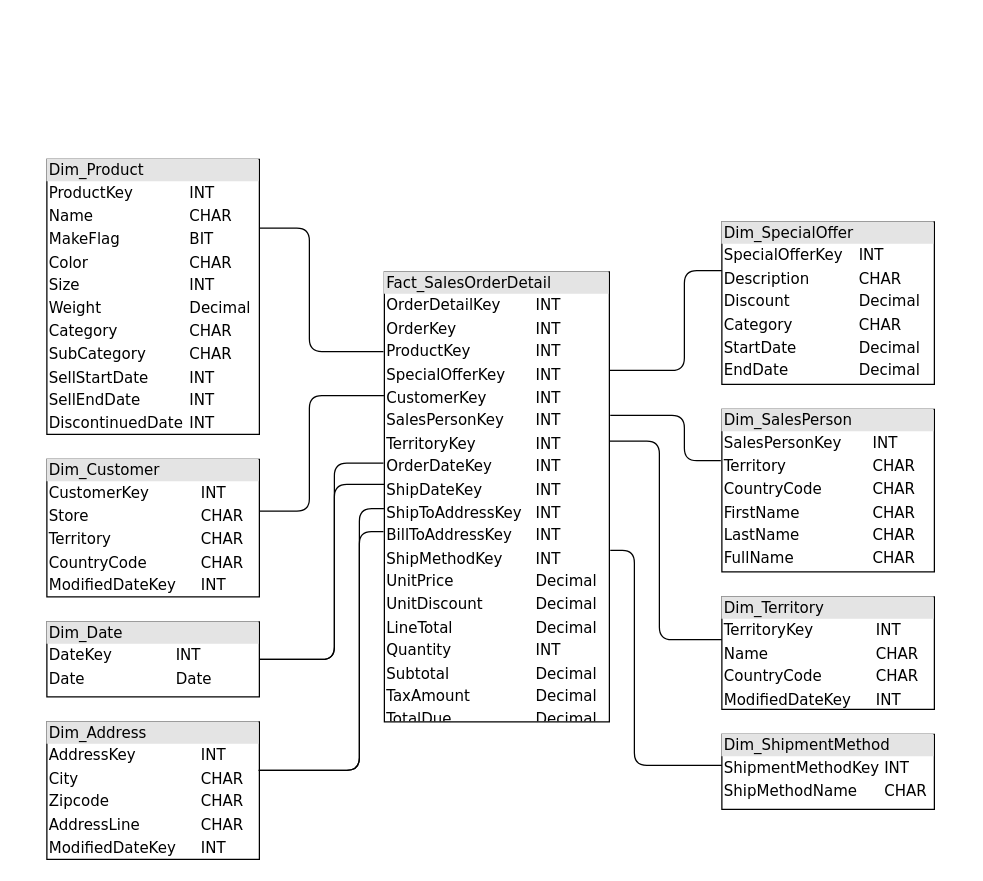
Earlier version of the draw.io diagram DW_diagram.drawio (SlatanEnLexSemester4/Data-Warehousing-en-Business-Intelligence). Source tidied: cells renumbered, new cells numbered last; positions are measured from the earlier drawing's top-left corner, leaving out a move shared by most shapes. Both pictures are drawn from the tidied source at 125%, with x=0, y=0 at pixel (46, 159).
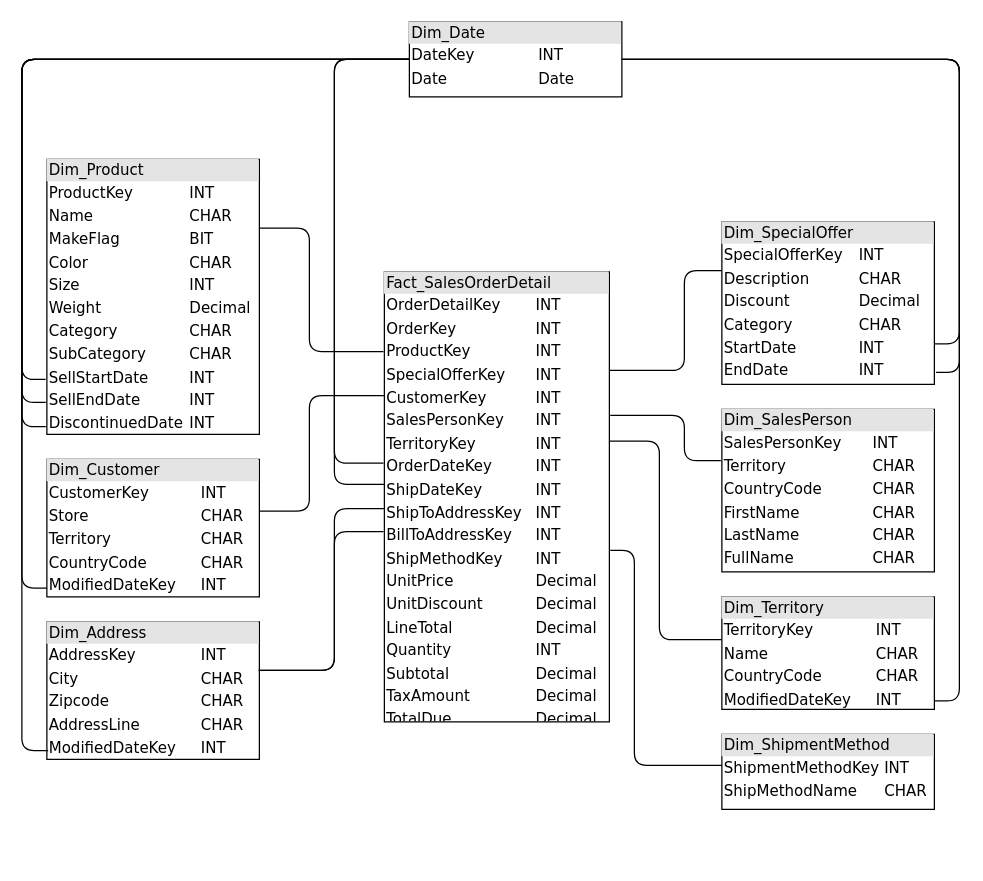
After the change.

Commit message:
updated Date dim to Snowflake schema

The change refers to these unchanged cells:
```xml
<mxCell id="2" value="&lt;div style=&quot;box-sizing: border-box ; width: 100% ; background: #e4e4e4 ; padding: 2px&quot;&gt;Fact_SalesOrderDetail&lt;/div&gt;&lt;table style=&quot;width: 100% ; font-size: 1em&quot; cellspacing=&quot;0&quot; cellpadding=&quot;2&quot;&gt;&lt;tbody&gt;&lt;tr&gt;&lt;td&gt;OrderDetailKey&lt;/td&gt;&lt;td&gt;INT&lt;/td&gt;&lt;td&gt;&lt;br&gt;&lt;/td&gt;&lt;/tr&gt;&lt;tr&gt;&lt;td&gt;OrderKey&lt;/td&gt;&lt;td&gt;INT&lt;/td&gt;&lt;td&gt;&lt;br&gt;&lt;/td&gt;&lt;/tr&gt;&lt;tr&gt;&lt;td&gt;ProductKey&lt;/td&gt;&lt;td&gt;INT&lt;/td&gt;&lt;td&gt;&lt;br&gt;&lt;/td&gt;&lt;/tr&gt;&lt;tr&gt;&lt;td&gt;SpecialOfferKey&lt;br&gt;&lt;/td&gt;&lt;td&gt;INT&lt;/td&gt;&lt;td&gt;&lt;br&gt;&lt;/td&gt;&lt;/tr&gt;&lt;tr&gt;&lt;td&gt;CustomerKey&lt;br&gt;&lt;/td&gt;&lt;td&gt;INT&lt;/td&gt;&lt;td&gt;&lt;br&gt;&lt;/td&gt;&lt;/tr&gt;&lt;tr&gt;&lt;td&gt;SalesPersonKey&lt;br&gt;&lt;/td&gt;&lt;td&gt;INT&lt;/td&gt;&lt;td&gt;&lt;br&gt;&lt;/td&gt;&lt;/tr&gt;&lt;tr&gt;&lt;td&gt;TerritoryKey&lt;br&gt;&lt;/td&gt;&lt;td&gt;INT&lt;/td&gt;&lt;td&gt;&lt;br&gt;&lt;/td&gt;&lt;/tr&gt;&lt;tr&gt;&lt;td&gt;OrderDateKey&lt;br&gt;&lt;/td&gt;&lt;td&gt;INT&lt;/td&gt;&lt;td&gt;&lt;br&gt;&lt;/td&gt;&lt;/tr&gt;&lt;tr&gt;&lt;td&gt;ShipDateKey&lt;br&gt;&lt;/td&gt;&lt;td&gt;INT&lt;br&gt;&lt;/td&gt;&lt;td&gt;&lt;br&gt;&lt;/td&gt;&lt;/tr&gt;&lt;tr&gt;&lt;td&gt;ShipToAddressKey&lt;br&gt;&lt;/td&gt;&lt;td&gt;INT&lt;br&gt;&lt;/td&gt;&lt;td&gt;&lt;br&gt;&lt;/td&gt;&lt;/tr&gt;&lt;tr&gt;&lt;td&gt;BillToAddressKey&lt;br&gt;&lt;/td&gt;&lt;td&gt;INT&lt;br&gt;&lt;/td&gt;&lt;td&gt;&lt;br&gt;&lt;/td&gt;&lt;/tr&gt;&lt;tr&gt;&lt;td&gt;ShipMethodKey&lt;br&gt;&lt;/td&gt;&lt;td&gt;INT&lt;br&gt;&lt;/td&gt;&lt;td&gt;&lt;br&gt;&lt;/td&gt;&lt;/tr&gt;&lt;tr&gt;&lt;td&gt;UnitPrice&lt;br&gt;&lt;/td&gt;&lt;td&gt;Decimal&lt;br&gt;&lt;/td&gt;&lt;td&gt;&lt;br&gt;&lt;/td&gt;&lt;/tr&gt;&lt;tr&gt;&lt;td&gt;UnitDiscount&lt;br&gt;&lt;/td&gt;&lt;td&gt;Decimal&lt;br&gt;&lt;/td&gt;&lt;td&gt;&lt;br&gt;&lt;/td&gt;&lt;/tr&gt;&lt;tr&gt;&lt;td&gt;LineTotal&lt;br&gt;&lt;/td&gt;&lt;td&gt;Decimal&lt;br&gt;&lt;/td&gt;&lt;td&gt;&lt;br&gt;&lt;/td&gt;&lt;/tr&gt;&lt;tr&gt;&lt;td&gt;Quantity&lt;br&gt;&lt;/td&gt;&lt;td&gt;INT&lt;br&gt;&lt;/td&gt;&lt;td&gt;&lt;br&gt;&lt;/td&gt;&lt;/tr&gt;&lt;tr&gt;&lt;td&gt;Subtotal&lt;br&gt;&lt;/td&gt;&lt;td&gt;Decimal&lt;br&gt;&lt;/td&gt;&lt;td&gt;&lt;br&gt;&lt;/td&gt;&lt;/tr&gt;&lt;tr&gt;&lt;td&gt;TaxAmount&lt;br&gt;&lt;/td&gt;&lt;td&gt;Decimal&lt;br&gt;&lt;/td&gt;&lt;td&gt;&lt;br&gt;&lt;/td&gt;&lt;/tr&gt;&lt;tr&gt;&lt;td&gt;TotalDue&lt;br&gt;&lt;/td&gt;&lt;td&gt;Decimal&lt;br&gt;&lt;/td&gt;&lt;td&gt;&lt;br&gt;&lt;/td&gt;&lt;/tr&gt;&lt;/tbody&gt;&lt;/table&gt;" style="verticalAlign=top;align=left;overflow=fill;html=1;rounded=0;shadow=0;comic=0;labelBackgroundColor=none;strokeWidth=1;fontFamily=Verdana;fontSize=12;" parent="1" vertex="1">
  <mxGeometry x="270" y="90" width="180" height="360" as="geometry" />
</mxCell>
<mxCell id="5" value="&lt;div style=&quot;box-sizing: border-box ; width: 100% ; background: #e4e4e4 ; padding: 2px&quot;&gt;Dim_Territory&lt;/div&gt;&lt;table style=&quot;width: 100% ; font-size: 1em&quot; cellspacing=&quot;0&quot; cellpadding=&quot;2&quot;&gt;&lt;tbody&gt;&lt;tr&gt;&lt;td&gt;TerritoryKey&lt;/td&gt;&lt;td&gt;INT&lt;/td&gt;&lt;td&gt;&lt;br&gt;&lt;/td&gt;&lt;/tr&gt;&lt;tr&gt;&lt;td&gt;Name&lt;/td&gt;&lt;td&gt;CHAR&lt;/td&gt;&lt;td&gt;&lt;br&gt;&lt;/td&gt;&lt;/tr&gt;&lt;tr&gt;&lt;td&gt;CountryCode&lt;br&gt;&lt;/td&gt;&lt;td&gt;CHAR&lt;br&gt;&lt;/td&gt;&lt;td&gt;&lt;br&gt;&lt;/td&gt;&lt;/tr&gt;&lt;tr&gt;&lt;td&gt;ModifiedDateKey&lt;br&gt;&lt;/td&gt;&lt;td&gt;INT&lt;br&gt;&lt;/td&gt;&lt;td&gt;&lt;br&gt;&lt;/td&gt;&lt;/tr&gt;&lt;tr&gt;&lt;td&gt;&lt;br&gt;&lt;/td&gt;&lt;td&gt;&lt;br&gt;&lt;/td&gt;&lt;td&gt;&lt;br&gt;&lt;/td&gt;&lt;/tr&gt;&lt;tr&gt;&lt;td&gt;&lt;br&gt;&lt;/td&gt;&lt;td&gt;&lt;br&gt;&lt;/td&gt;&lt;td&gt;&lt;br&gt;&lt;/td&gt;&lt;/tr&gt;&lt;tr&gt;&lt;td&gt;&lt;br&gt;&lt;/td&gt;&lt;td&gt;&lt;br&gt;&lt;/td&gt;&lt;td&gt;&lt;br&gt;&lt;/td&gt;&lt;/tr&gt;&lt;/tbody&gt;&lt;/table&gt;" style="verticalAlign=top;align=left;overflow=fill;html=1;rounded=0;shadow=0;comic=0;labelBackgroundColor=none;strokeWidth=1;fontFamily=Verdana;fontSize=12;" parent="1" vertex="1">
  <mxGeometry x="540" y="350" width="170" height="90" as="geometry" />
</mxCell>
<mxCell id="6" value="&lt;div style=&quot;box-sizing: border-box ; width: 100% ; background: #e4e4e4 ; padding: 2px&quot;&gt;Dim_Product&lt;/div&gt;&lt;table style=&quot;width: 100% ; font-size: 1em&quot; cellspacing=&quot;0&quot; cellpadding=&quot;2&quot;&gt;&lt;tbody&gt;&lt;tr&gt;&lt;td&gt;ProductKey&lt;/td&gt;&lt;td&gt;INT&lt;/td&gt;&lt;td&gt;&lt;br&gt;&lt;/td&gt;&lt;/tr&gt;&lt;tr&gt;&lt;td&gt;Name&lt;/td&gt;&lt;td&gt;CHAR&lt;/td&gt;&lt;td&gt;&lt;br&gt;&lt;/td&gt;&lt;/tr&gt;&lt;tr&gt;&lt;td&gt;MakeFlag&lt;/td&gt;&lt;td&gt;BIT&lt;/td&gt;&lt;td&gt;&lt;br&gt;&lt;/td&gt;&lt;/tr&gt;&lt;tr&gt;&lt;td&gt;Color&lt;br&gt;&lt;/td&gt;&lt;td&gt;CHAR&lt;/td&gt;&lt;td&gt;&lt;br&gt;&lt;/td&gt;&lt;/tr&gt;&lt;tr&gt;&lt;td&gt;Size&lt;br&gt;&lt;/td&gt;&lt;td&gt;INT&lt;/td&gt;&lt;td&gt;&lt;br&gt;&lt;/td&gt;&lt;/tr&gt;&lt;tr&gt;&lt;td&gt;Weight&lt;br&gt;&lt;/td&gt;&lt;td&gt;Decimal&lt;/td&gt;&lt;td&gt;&lt;br&gt;&lt;/td&gt;&lt;/tr&gt;&lt;tr&gt;&lt;td&gt;Category&lt;br&gt;&lt;/td&gt;&lt;td&gt;CHAR&lt;/td&gt;&lt;td&gt;&lt;br&gt;&lt;/td&gt;&lt;/tr&gt;&lt;tr&gt;&lt;td&gt;SubCategory&lt;br&gt;&lt;/td&gt;&lt;td&gt;CHAR&lt;/td&gt;&lt;td&gt;&lt;br&gt;&lt;/td&gt;&lt;/tr&gt;&lt;tr&gt;&lt;td&gt;SellStartDate&lt;br&gt;&lt;/td&gt;&lt;td&gt;INT&lt;br&gt;&lt;/td&gt;&lt;td&gt;&lt;br&gt;&lt;/td&gt;&lt;/tr&gt;&lt;tr&gt;&lt;td&gt;SellEndDate&lt;br&gt;&lt;/td&gt;&lt;td&gt;INT&lt;br&gt;&lt;/td&gt;&lt;td&gt;&lt;br&gt;&lt;/td&gt;&lt;/tr&gt;&lt;tr&gt;&lt;td&gt;DiscontinuedDate&lt;br&gt;&lt;/td&gt;&lt;td&gt;INT&lt;br&gt;&lt;/td&gt;&lt;td&gt;&lt;br&gt;&lt;/td&gt;&lt;/tr&gt;&lt;/tbody&gt;&lt;/table&gt;" style="verticalAlign=top;align=left;overflow=fill;html=1;rounded=0;shadow=0;comic=0;labelBackgroundColor=none;strokeWidth=1;fontFamily=Verdana;fontSize=12;" parent="1" vertex="1">
  <mxGeometry width="170" height="220" as="geometry" />
</mxCell>
<mxCell id="9" value="&lt;div style=&quot;box-sizing: border-box ; width: 100% ; background: #e4e4e4 ; padding: 2px&quot;&gt;Dim_Customer&lt;/div&gt;&lt;table style=&quot;width: 100% ; font-size: 1em&quot; cellspacing=&quot;0&quot; cellpadding=&quot;2&quot;&gt;&lt;tbody&gt;&lt;tr&gt;&lt;td&gt;CustomerKey&lt;/td&gt;&lt;td&gt;INT&lt;/td&gt;&lt;td&gt;&lt;br&gt;&lt;/td&gt;&lt;/tr&gt;&lt;tr&gt;&lt;td&gt;Store&lt;/td&gt;&lt;td&gt;CHAR&lt;/td&gt;&lt;td&gt;&lt;br&gt;&lt;/td&gt;&lt;/tr&gt;&lt;tr&gt;&lt;td&gt;Territory&lt;br&gt;&lt;/td&gt;&lt;td&gt;CHAR&lt;br&gt;&lt;/td&gt;&lt;td&gt;&lt;br&gt;&lt;/td&gt;&lt;/tr&gt;&lt;tr&gt;&lt;td&gt;CountryCode&lt;br&gt;&lt;/td&gt;&lt;td&gt;CHAR&lt;br&gt;&lt;/td&gt;&lt;td&gt;&lt;br&gt;&lt;/td&gt;&lt;/tr&gt;&lt;tr&gt;&lt;td&gt;ModifiedDateKey&lt;br&gt;&lt;/td&gt;&lt;td&gt;INT&lt;br&gt;&lt;/td&gt;&lt;td&gt;&lt;br&gt;&lt;/td&gt;&lt;/tr&gt;&lt;tr&gt;&lt;td&gt;&lt;br&gt;&lt;/td&gt;&lt;td&gt;&lt;br&gt;&lt;/td&gt;&lt;td&gt;&lt;br&gt;&lt;/td&gt;&lt;/tr&gt;&lt;/tbody&gt;&lt;/table&gt;" style="verticalAlign=top;align=left;overflow=fill;html=1;rounded=0;shadow=0;comic=0;labelBackgroundColor=none;strokeWidth=1;fontFamily=Verdana;fontSize=12;" parent="1" vertex="1">
  <mxGeometry y="240" width="170" height="110" as="geometry" />
</mxCell>
```

What changed in the source:
```diff
@@
     <mxCell id="3" value="&lt;div style=&quot;box-sizing: border-box ; width: 100% ; background: #e4e4e4 ; padding: 2px&quot;&gt;Dim_Date&lt;/div&gt;&lt;table style=&quot;width: 100% ; font-size: 1em&quot; cellspacing=&quot;0&quot; cellpadding=&quot;2&quot;&gt;&lt;tbody&gt;&lt;tr&gt;&lt;td&gt;DateKey&lt;/td&gt;&lt;td&gt;INT&lt;/td&gt;&lt;td&gt;&lt;br&gt;&lt;/td&gt;&lt;/tr&gt;&lt;tr&gt;&lt;td&gt;Date&lt;/td&gt;&lt;td&gt;Date&lt;/td&gt;&lt;td&gt;&lt;br&gt;&lt;/td&gt;&lt;/tr&gt;&lt;/tbody&gt;&lt;/table&gt;" style="verticalAlign=top;align=left;overflow=fill;html=1;rounded=0;shadow=0;comic=0;labelBackgroundColor=none;strokeWidth=1;fontFamily=Verdana;fontSize=12;" parent="1" vertex="1">
-      <mxGeometry y="370" width="170" height="60" as="geometry" />
+      <mxGeometry x="290" y="-110" width="170" height="60" as="geometry" />
     </mxCell>
-    <mxCell id="4" value="&lt;div style=&quot;box-sizing: border-box ; width: 100% ; background: #e4e4e4 ; padding: 2px&quot;&gt;Dim_SpecialOffer&lt;/div&gt;&lt;table style=&quot;width: 100% ; font-size: 1em&quot; cellspacing=&quot;0&quot; cellpadding=&quot;2&quot;&gt;&lt;tbody&gt;&lt;tr&gt;&lt;td&gt;SpecialOfferKey&lt;/td&gt;&lt;td&gt;INT&lt;/td&gt;&lt;td&gt;&lt;br&gt;&lt;/td&gt;&lt;/tr&gt;&lt;tr&gt;&lt;td&gt;Description&lt;/td&gt;&lt;td&gt;CHAR&lt;/td&gt;&lt;td&gt;&lt;br&gt;&lt;/td&gt;&lt;/tr&gt;&lt;tr&gt;&lt;td&gt;Discount&lt;br&gt;&lt;/td&gt;&lt;td&gt;Decimal&lt;br&gt;&lt;/td&gt;&lt;td&gt;&lt;br&gt;&lt;/td&gt;&lt;/tr&gt;&lt;tr&gt;&lt;td&gt;Category&lt;br&gt;&lt;/td&gt;&lt;td&gt;CHAR&lt;br&gt;&lt;/td&gt;&lt;td&gt;&lt;br&gt;&lt;/td&gt;&lt;/tr&gt;&lt;tr&gt;&lt;td&gt;StartDate&lt;br&gt;&lt;/td&gt;&lt;td&gt;Decimal&lt;br&gt;&lt;/td&gt;&lt;td&gt;&lt;br&gt;&lt;/td&gt;&lt;/tr&gt;&lt;tr&gt;&lt;td&gt;EndDate&lt;br&gt;&lt;/td&gt;&lt;td&gt;Decimal&lt;br&gt;&lt;/td&gt;&lt;td&gt;&lt;br&gt;&lt;/td&gt;&lt;/tr&gt;&lt;/tbody&gt;&lt;/table&gt;" style="verticalAlign=top;align=left;overflow=fill;html=1;rounded=0;shadow=0;comic=0;labelBackgroundColor=none;strokeWidth=1;fontFamily=Verdana;fontSize=12;" parent="1" vertex="1">
+    <mxCell id="4" value="&lt;div style=&quot;box-sizing: border-box ; width: 100% ; background: #e4e4e4 ; padding: 2px&quot;&gt;Dim_SpecialOffer&lt;/div&gt;&lt;table style=&quot;width: 100% ; font-size: 1em&quot; cellspacing=&quot;0&quot; cellpadding=&quot;2&quot;&gt;&lt;tbody&gt;&lt;tr&gt;&lt;td&gt;SpecialOfferKey&lt;/td&gt;&lt;td&gt;INT&lt;/td&gt;&lt;td&gt;&lt;br&gt;&lt;/td&gt;&lt;/tr&gt;&lt;tr&gt;&lt;td&gt;Description&lt;/td&gt;&lt;td&gt;CHAR&lt;/td&gt;&lt;td&gt;&lt;br&gt;&lt;/td&gt;&lt;/tr&gt;&lt;tr&gt;&lt;td&gt;Discount&lt;br&gt;&lt;/td&gt;&lt;td&gt;Decimal&lt;br&gt;&lt;/td&gt;&lt;td&gt;&lt;br&gt;&lt;/td&gt;&lt;/tr&gt;&lt;tr&gt;&lt;td&gt;Category&lt;br&gt;&lt;/td&gt;&lt;td&gt;CHAR&lt;br&gt;&lt;/td&gt;&lt;td&gt;&lt;br&gt;&lt;/td&gt;&lt;/tr&gt;&lt;tr&gt;&lt;td&gt;StartDate&lt;br&gt;&lt;/td&gt;&lt;td&gt;INT&lt;br&gt;&lt;/td&gt;&lt;td&gt;&lt;br&gt;&lt;/td&gt;&lt;/tr&gt;&lt;tr&gt;&lt;td&gt;EndDate&lt;br&gt;&lt;/td&gt;&lt;td&gt;INT&lt;br&gt;&lt;/td&gt;&lt;td&gt;&lt;br&gt;&lt;/td&gt;&lt;/tr&gt;&lt;/tbody&gt;&lt;/table&gt;" style="verticalAlign=top;align=left;overflow=fill;html=1;rounded=0;shadow=0;comic=0;labelBackgroundColor=none;strokeWidth=1;fontFamily=Verdana;fontSize=12;" parent="1" vertex="1">
       <mxGeometry x="540" y="50" width="170" height="130" as="geometry" />
     </mxCell>
@@
     <mxCell id="7" value="&lt;div style=&quot;box-sizing: border-box ; width: 100% ; background: #e4e4e4 ; padding: 2px&quot;&gt;Dim_Address&lt;/div&gt;&lt;table style=&quot;width: 100% ; font-size: 1em&quot; cellspacing=&quot;0&quot; cellpadding=&quot;2&quot;&gt;&lt;tbody&gt;&lt;tr&gt;&lt;td&gt;AddressKey&lt;/td&gt;&lt;td&gt;INT&lt;/td&gt;&lt;td&gt;&lt;br&gt;&lt;/td&gt;&lt;/tr&gt;&lt;tr&gt;&lt;td&gt;City&lt;/td&gt;&lt;td&gt;CHAR&lt;/td&gt;&lt;td&gt;&lt;br&gt;&lt;/td&gt;&lt;/tr&gt;&lt;tr&gt;&lt;td&gt;Zipcode&lt;br&gt;&lt;/td&gt;&lt;td&gt;CHAR&lt;br&gt;&lt;/td&gt;&lt;td&gt;&lt;br&gt;&lt;/td&gt;&lt;/tr&gt;&lt;tr&gt;&lt;td&gt;AddressLine&lt;br&gt;&lt;/td&gt;&lt;td&gt;CHAR&lt;br&gt;&lt;/td&gt;&lt;td&gt;&lt;br&gt;&lt;/td&gt;&lt;/tr&gt;&lt;tr&gt;&lt;td&gt;ModifiedDateKey&lt;br&gt;&lt;/td&gt;&lt;td&gt;INT&lt;br&gt;&lt;/td&gt;&lt;td&gt;&lt;br&gt;&lt;/td&gt;&lt;/tr&gt;&lt;tr&gt;&lt;td&gt;&lt;br&gt;&lt;/td&gt;&lt;td&gt;&lt;br&gt;&lt;/td&gt;&lt;td&gt;&lt;br&gt;&lt;/td&gt;&lt;/tr&gt;&lt;/tbody&gt;&lt;/table&gt;" style="verticalAlign=top;align=left;overflow=fill;html=1;rounded=0;shadow=0;comic=0;labelBackgroundColor=none;strokeWidth=1;fontFamily=Verdana;fontSize=12;" parent="1" vertex="1">
-      <mxGeometry y="450" width="170" height="110" as="geometry" />
+      <mxGeometry y="370" width="170" height="110" as="geometry" />
     </mxCell>
@@
-    <mxCell id="11" style="endArrow=none;html=1;exitX=1;exitY=0.5;exitDx=0;exitDy=0;edgeStyle=orthogonalEdgeStyle;entryX=0;entryY=0.472;entryDx=0;entryDy=0;entryPerimeter=0;" parent="1" edge="1" source="3" target="2">
+    <mxCell id="11" style="endArrow=none;html=1;edgeStyle=orthogonalEdgeStyle;entryX=0;entryY=0.472;entryDx=0;entryDy=0;entryPerimeter=0;" parent="1" edge="1" target="2">
       <mxGeometry relative="1" as="geometry">
+        <mxPoint x="290" y="-80" as="sourcePoint" />
         <Array as="points">
-          <mxPoint x="230" y="400" />
+          <mxPoint x="230" y="-80" />
           <mxPoint x="230" y="260" />
         </Array>
       </mxGeometry>
     </mxCell>
-    <mxCell id="12" style="endArrow=none;html=1;exitX=1;exitY=0.5;exitDx=0;exitDy=0;edgeStyle=orthogonalEdgeStyle;entryX=-0.004;entryY=0.425;entryDx=0;entryDy=0;entryPerimeter=0;" parent="1" edge="1" source="3" target="2">
+    <mxCell id="12" style="endArrow=none;html=1;exitX=0;exitY=0.5;exitDx=0;exitDy=0;edgeStyle=orthogonalEdgeStyle;entryX=-0.004;entryY=0.425;entryDx=0;entryDy=0;entryPerimeter=0;jumpStyle=arc;jumpSize=36;shadow=0;sketch=0;" parent="1" edge="1" source="3" target="2">
       <mxGeometry relative="1" as="geometry">
         <Array as="points">
-          <mxPoint x="230" y="400" />
+          <mxPoint x="230" y="-80" />
           <mxPoint x="230" y="243" />
         </Array>
       </mxGeometry>
     </mxCell>
@@
     <mxCell id="18" style="endArrow=none;html=1;exitX=0.996;exitY=0.352;exitDx=0;exitDy=0;edgeStyle=orthogonalEdgeStyle;entryX=-0.002;entryY=0.526;entryDx=0;entryDy=0;entryPerimeter=0;exitPerimeter=0;" parent="1" edge="1" source="7" target="2">
       <mxGeometry relative="1" as="geometry">
         <Array as="points">
-          <mxPoint x="250" y="489" />
-          <mxPoint x="250" y="279" />
+          <mxPoint x="230" y="409" />
+          <mxPoint x="230" y="279" />
         </Array>
       </mxGeometry>
     </mxCell>
     <mxCell id="19" style="endArrow=none;html=1;edgeStyle=orthogonalEdgeStyle;entryX=-0.004;entryY=0.577;entryDx=0;entryDy=0;entryPerimeter=0;exitX=0.999;exitY=0.352;exitDx=0;exitDy=0;exitPerimeter=0;" parent="1" edge="1" source="7" target="2">
       <mxGeometry relative="1" as="geometry">
         <Array as="points">
-          <mxPoint x="250" y="489" />
-          <mxPoint x="250" y="298" />
+          <mxPoint x="230" y="409" />
+          <mxPoint x="230" y="298" />
         </Array>
       </mxGeometry>
     </mxCell>
@@
+    <mxCell id="21" style="endArrow=none;html=1;shadow=0;entryX=0;entryY=0.5;entryDx=0;entryDy=0;exitX=-0.006;exitY=0.8;exitDx=0;exitDy=0;exitPerimeter=0;edgeStyle=orthogonalEdgeStyle;" parent="1" edge="1" source="6" target="3">
+      <mxGeometry relative="1" as="geometry">
+        <Array as="points">
+          <mxPoint x="-20" y="176" />
+          <mxPoint x="-20" y="-80" />
+        </Array>
+      </mxGeometry>
+    </mxCell>
+    <mxCell id="22" style="endArrow=none;html=1;shadow=0;entryX=0;entryY=0.5;entryDx=0;entryDy=0;edgeStyle=orthogonalEdgeStyle;exitX=-0.005;exitY=0.972;exitDx=0;exitDy=0;exitPerimeter=0;" parent="1" edge="1" source="6">
+      <mxGeometry relative="1" as="geometry">
+        <mxPoint x="290" y="-80" as="targetPoint" />
+        <Array as="points">
+          <mxPoint x="-20" y="214" />
+          <mxPoint x="-20" y="-80" />
+        </Array>
+      </mxGeometry>
+    </mxCell>
+    <mxCell id="23" style="endArrow=none;html=1;shadow=0;entryX=0;entryY=0.5;entryDx=0;entryDy=0;edgeStyle=orthogonalEdgeStyle;exitX=-0.005;exitY=0.884;exitDx=0;exitDy=0;exitPerimeter=0;" parent="1" edge="1" source="6">
+      <mxGeometry relative="1" as="geometry">
+        <mxPoint x="290" y="-80" as="targetPoint" />
+        <Array as="points">
+          <mxPoint x="-20" y="195" />
+          <mxPoint x="-20" y="-80" />
+        </Array>
+      </mxGeometry>
+    </mxCell>
+    <mxCell id="24" style="endArrow=none;html=1;shadow=0;entryX=0;entryY=0.5;entryDx=0;entryDy=0;edgeStyle=orthogonalEdgeStyle;exitX=0.006;exitY=0.936;exitDx=0;exitDy=0;exitPerimeter=0;" parent="1" edge="1" source="7">
+      <mxGeometry relative="1" as="geometry">
+        <mxPoint x="290" y="-80" as="targetPoint" />
+        <Array as="points">
+          <mxPoint x="-20" y="473" />
+          <mxPoint x="-20" y="-80" />
+        </Array>
+      </mxGeometry>
+    </mxCell>
+    <mxCell id="25" style="endArrow=none;html=1;shadow=0;entryX=0;entryY=0.5;entryDx=0;entryDy=0;edgeStyle=orthogonalEdgeStyle;exitX=0;exitY=0.936;exitDx=0;exitDy=0;exitPerimeter=0;" parent="1" edge="1" source="9">
+      <mxGeometry relative="1" as="geometry">
+        <mxPoint x="290" y="-80" as="targetPoint" />
+        <Array as="points">
+          <mxPoint x="-20" y="343" />
+          <mxPoint x="-20" y="-80" />
+        </Array>
+      </mxGeometry>
+    </mxCell>
+    <mxCell id="26" style="endArrow=none;html=1;shadow=0;entryX=1;entryY=0.5;entryDx=0;entryDy=0;exitX=1;exitY=0.75;exitDx=0;exitDy=0;edgeStyle=orthogonalEdgeStyle;" parent="1" edge="1" source="4" target="3">
+      <mxGeometry relative="1" as="geometry">
+        <Array as="points">
+          <mxPoint x="730" y="148" />
+          <mxPoint x="730" y="-80" />
+        </Array>
+      </mxGeometry>
+    </mxCell>
+    <mxCell id="27" style="endArrow=none;html=1;shadow=0;entryX=1;entryY=0.5;entryDx=0;entryDy=0;exitX=1.008;exitY=0.926;exitDx=0;exitDy=0;edgeStyle=orthogonalEdgeStyle;exitPerimeter=0;" parent="1" edge="1" source="4">
+      <mxGeometry relative="1" as="geometry">
+        <mxPoint x="460" y="-80" as="targetPoint" />
+        <Array as="points">
+          <mxPoint x="730" y="170" />
+          <mxPoint x="730" y="-80" />
+        </Array>
+      </mxGeometry>
+    </mxCell>
+    <mxCell id="28" style="endArrow=none;html=1;shadow=0;entryX=1;entryY=0.5;entryDx=0;entryDy=0;exitX=1.001;exitY=0.925;exitDx=0;exitDy=0;edgeStyle=orthogonalEdgeStyle;exitPerimeter=0;" parent="1" edge="1" source="5">
+      <mxGeometry relative="1" as="geometry">
+        <mxPoint x="460" y="-80" as="targetPoint" />
+        <Array as="points">
+          <mxPoint x="730" y="433" />
+          <mxPoint x="730" y="-80" />
+        </Array>
+      </mxGeometry>
+    </mxCell>
```
